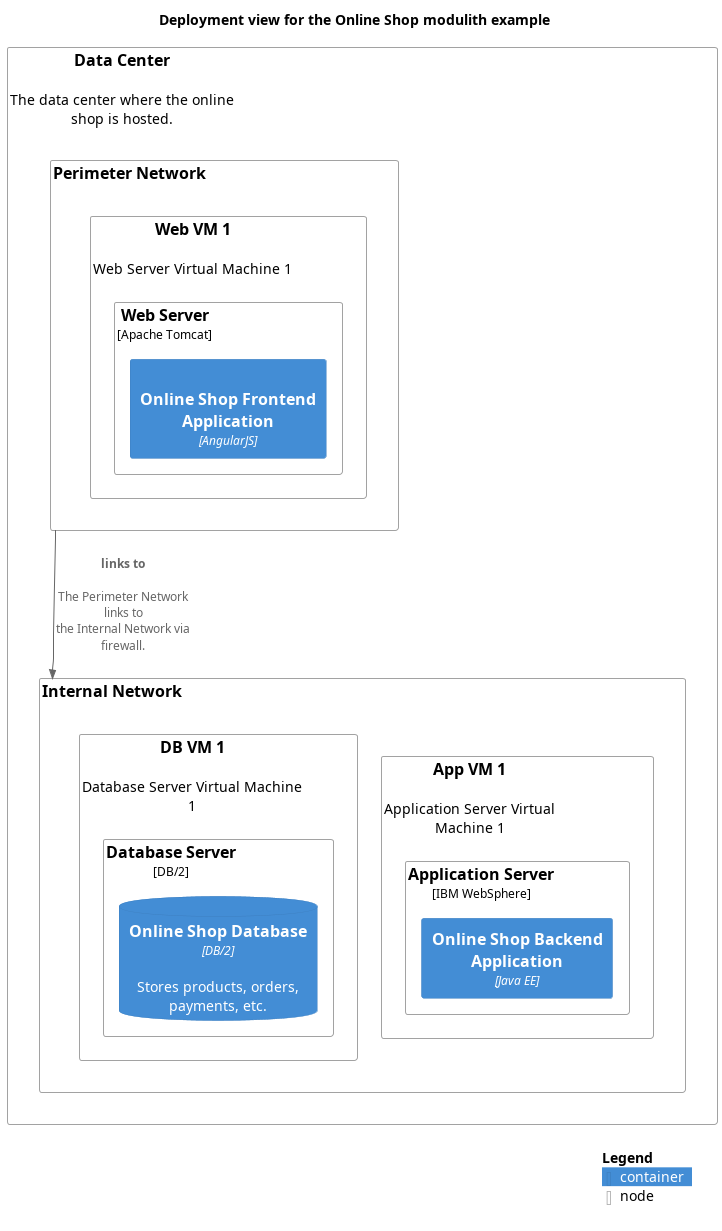
lsolbach/overarch-models keeps this PlantUML diagram as docs/software-development/architecture/example/modulith/deployment-view.png. Above is the earlier version. Source of this version:
```plantuml
@startuml deployment-view
!include <C4/C4_Deployment.puml>
!include <awslib14/AWSCommon>
!include <awslib14/AWSC4Integration>
!include <azure/AzureCommon>
!include <azure/AzureC4Integration>
!include <tupadr3/common>







title Deployment view for the Online Shop modulith example
Node(softwareDevelopment_architecture_example_modulith_dataCenter, "Data Center", $descr="The data center where the online shop is hosted.") {
  Node(softwareDevelopment_architecture_example_modulith_internalNetwork, "Internal Network") {
    Node(softwareDevelopment_architecture_example_modulith_appVm1, "App VM 1", $descr="Application Server Virtual Machine 1") {
      Node(softwareDevelopment_architecture_example_modulith_applicationServer, "Application Server", $type="IBM WebSphere") {
        Container(softwareDevelopment_architecture_example_modulith_onlineShopBackend, "Online Shop Backend Application", $techn="Java EE")
      }
    }
    Node(softwareDevelopment_architecture_example_modulith_dbVm1, "DB VM 1", $descr="Database Server Virtual Machine 1") {
      Node(softwareDevelopment_architecture_example_modulith_dbServer, "Database Server", $type="DB/2") {
        ContainerDb(softwareDevelopment_architecture_example_modulith_onlineShopDb, "Online Shop Database", $descr="Stores products, orders, payments, etc.", $techn="DB/2")
      }
    }
  }
  Node(softwareDevelopment_architecture_example_modulith_perimeterNetwork, "Perimeter Network") {
    Node(softwareDevelopment_architecture_example_modulith_webVm1, "Web VM 1", $descr="Web Server Virtual Machine 1") {
      Node(softwareDevelopment_architecture_example_modulith_webServer, "Web Server", $type="Apache Tomcat") {
        Container(softwareDevelopment_architecture_example_modulith_onlineShopFrontend, "Online Shop Frontend Application", $techn="AngularJS", $sprite="angularjs")
      }
    }
  }
}
Rel(softwareDevelopment_architecture_example_modulith_perimeterNetwork, softwareDevelopment_architecture_example_modulith_internalNetwork, "links to", $descr="The Perimeter Network links to the Internal Network via firewall.")
SHOW_LEGEND()
@enduml
```
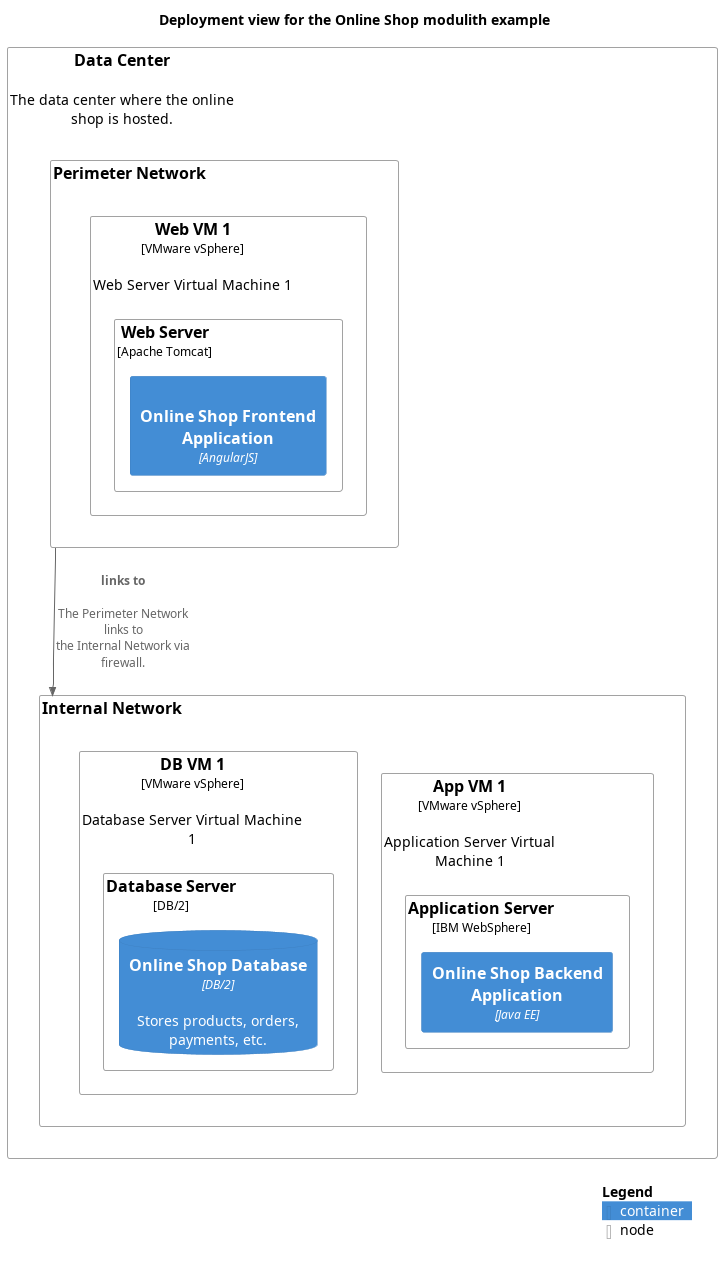
The same file after the commit.

What changed in the source:
```diff
@@ -15,19 +15,19 @@
 title Deployment view for the Online Shop modulith example
 Node(softwareDevelopment_architecture_example_modulith_dataCenter, "Data Center", $descr="The data center where the online shop is hosted.") {
   Node(softwareDevelopment_architecture_example_modulith_internalNetwork, "Internal Network") {
-    Node(softwareDevelopment_architecture_example_modulith_appVm1, "App VM 1", $descr="Application Server Virtual Machine 1") {
+    Node(softwareDevelopment_architecture_example_modulith_appVm1, "App VM 1", $descr="Application Server Virtual Machine 1", $type="VMware vSphere") {
       Node(softwareDevelopment_architecture_example_modulith_applicationServer, "Application Server", $type="IBM WebSphere") {
         Container(softwareDevelopment_architecture_example_modulith_onlineShopBackend, "Online Shop Backend Application", $techn="Java EE")
       }
     }
-    Node(softwareDevelopment_architecture_example_modulith_dbVm1, "DB VM 1", $descr="Database Server Virtual Machine 1") {
+    Node(softwareDevelopment_architecture_example_modulith_dbVm1, "DB VM 1", $descr="Database Server Virtual Machine 1", $type="VMware vSphere") {
       Node(softwareDevelopment_architecture_example_modulith_dbServer, "Database Server", $type="DB/2") {
         ContainerDb(softwareDevelopment_architecture_example_modulith_onlineShopDb, "Online Shop Database", $descr="Stores products, orders, payments, etc.", $techn="DB/2")
       }
     }
   }
   Node(softwareDevelopment_architecture_example_modulith_perimeterNetwork, "Perimeter Network") {
-    Node(softwareDevelopment_architecture_example_modulith_webVm1, "Web VM 1", $descr="Web Server Virtual Machine 1") {
+    Node(softwareDevelopment_architecture_example_modulith_webVm1, "Web VM 1", $descr="Web Server Virtual Machine 1", $type="VMware vSphere") {
       Node(softwareDevelopment_architecture_example_modulith_webServer, "Web Server", $type="Apache Tomcat") {
         Container(softwareDevelopment_architecture_example_modulith_onlineShopFrontend, "Online Shop Frontend Application", $techn="AngularJS", $sprite="angularjs")
       }
```
